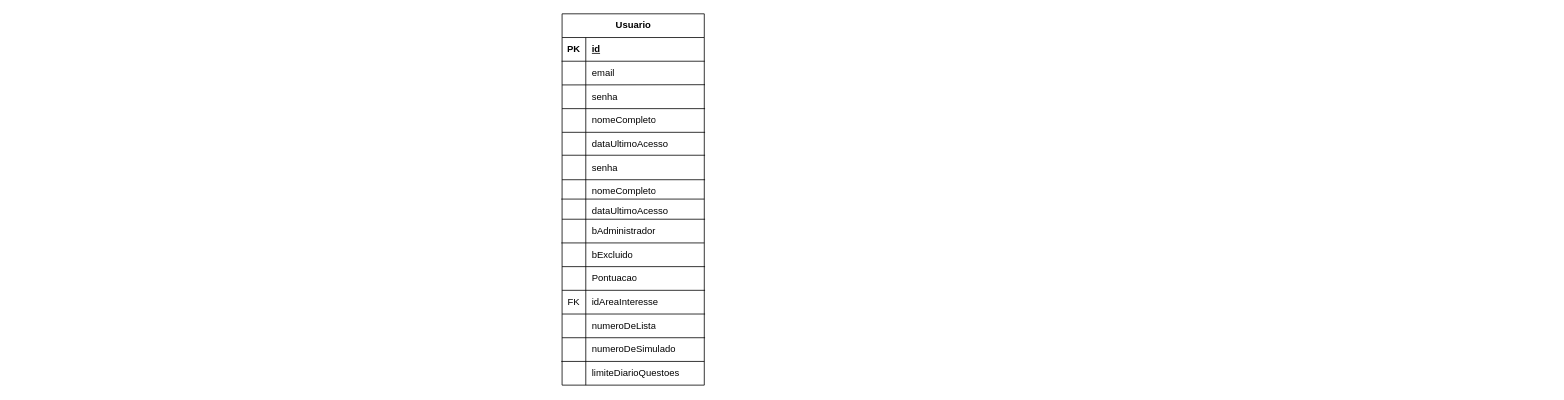
The draw.io diagram DIAGRAMA ER.drawio in augustorazani/QENEM-UML-Diagram, before the edit. Source tidied: cells renumbered, new cells numbered last; positions are measured from the earlier drawing's top-left corner, leaving out a move shared by most shapes. Both pictures are drawn from the tidied source at 79%, with x=0, y=0 at pixel (561, 13).
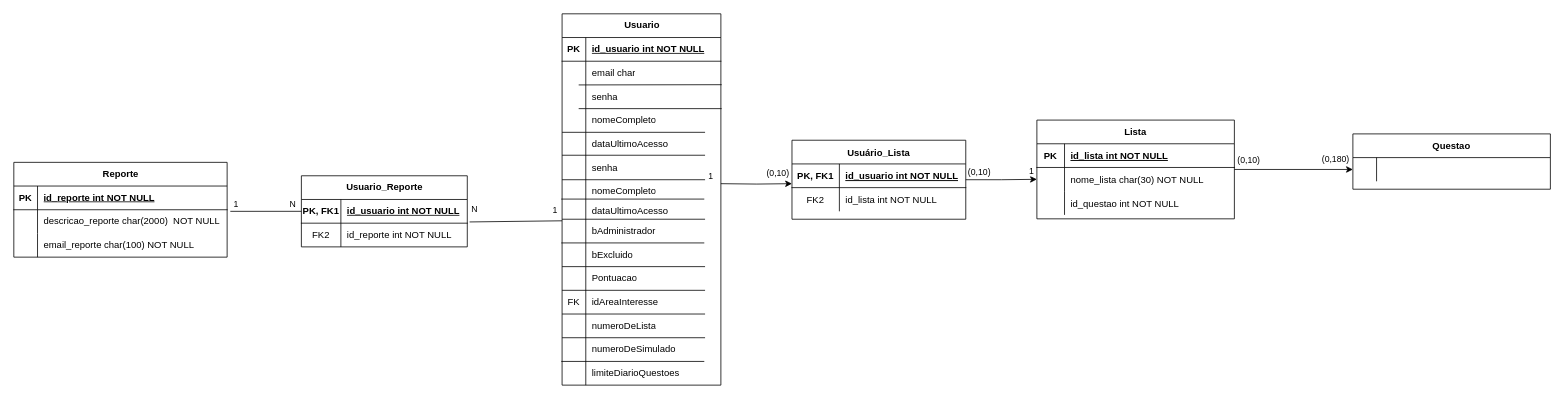
Above is the later version.

What changed in the source:
```diff
@@
     <mxCell id="2" value="Usuario" style="shape=table;startSize=30;childLayout=tableLayout;rowLines=0;fontStyle=1;align=center;html=1;" parent="1" vertex="1">
-      <mxGeometry x="1" width="180" height="470" as="geometry" />
+      <mxGeometry x="1" width="201" height="470" as="geometry" />
     </mxCell>
     <mxCell id="3" style="shape=tableRow;horizontal=0;startSize=0;swimlaneHead=0;swimlaneBody=0;fillColor=none;top=0;left=0;right=0;bottom=1;" parent="2" vertex="1">
-      <mxGeometry y="30" width="180" height="30" as="geometry" />
+      <mxGeometry y="30" width="201" height="30" as="geometry" />
     </mxCell>
@@
-    <mxCell id="5" value="id" style="shape=partialRectangle;fillColor=none;top=0;left=0;bottom=0;right=0;align=left;spacingLeft=6;fontStyle=5;overflow=hidden;whiteSpace=wrap;html=1;" parent="3" vertex="1">
-      <mxGeometry x="30" width="150" height="30" as="geometry" />
+    <mxCell id="5" value="id_usuario int NOT NULL" style="shape=partialRectangle;fillColor=none;top=0;left=0;bottom=0;right=0;align=left;spacingLeft=6;fontStyle=5;overflow=hidden;whiteSpace=wrap;html=1;" parent="3" vertex="1">
+      <mxGeometry x="30" width="171" height="30" as="geometry" />
     </mxCell>
     <mxCell id="6" style="shape=tableRow;horizontal=0;startSize=0;swimlaneHead=0;swimlaneBody=0;fillColor=none;top=0;left=0;right=0;bottom=0;" parent="2" vertex="1">
-      <mxGeometry y="60" width="180" height="30" as="geometry" />
+      <mxGeometry y="60" width="201" height="30" as="geometry" />
     </mxCell>
@@
-    <mxCell id="8" value="email" style="shape=partialRectangle;fillColor=none;top=0;left=0;bottom=0;right=0;align=left;spacingLeft=6;overflow=hidden;whiteSpace=wrap;html=1;" parent="6" vertex="1">
-      <mxGeometry x="30" width="150" height="30" as="geometry" />
+    <mxCell id="8" value="email char" style="shape=partialRectangle;fillColor=none;top=0;left=0;bottom=0;right=0;align=left;spacingLeft=6;overflow=hidden;whiteSpace=wrap;html=1;" parent="6" vertex="1">
+      <mxGeometry x="30" width="171" height="30" as="geometry" />
     </mxCell>
     <mxCell id="9" style="shape=tableRow;horizontal=0;startSize=0;swimlaneHead=0;swimlaneBody=0;fillColor=none;points=[[0,0.5],[1,0.5]];portConstraint=eastwest;top=0;left=0;right=0;bottom=0;" parent="2" vertex="1">
-      <mxGeometry y="90" width="180" height="30" as="geometry" />
+      <mxGeometry y="90" width="201" height="30" as="geometry" />
     </mxCell>
@@
     <mxCell id="11" value="senha" style="shape=partialRectangle;fillColor=none;top=0;left=0;bottom=0;right=0;align=left;spacingLeft=6;overflow=hidden;whiteSpace=wrap;html=1;" parent="9" vertex="1">
-      <mxGeometry x="30" width="150" height="30" as="geometry" />
+      <mxGeometry x="30" width="171" height="30" as="geometry" />
     </mxCell>
     <mxCell id="12" style="shape=tableRow;horizontal=0;startSize=0;swimlaneHead=0;swimlaneBody=0;fillColor=none;top=0;left=0;right=0;bottom=0;" parent="2" vertex="1">
-      <mxGeometry y="120" width="180" height="30" as="geometry" />
+      <mxGeometry y="120" width="201" height="30" as="geometry" />
     </mxCell>
@@
     <mxCell id="14" value="nomeCompleto" style="shape=partialRectangle;fillColor=none;top=0;left=0;bottom=0;right=0;align=left;spacingLeft=6;overflow=hidden;whiteSpace=wrap;html=1;" parent="12" vertex="1">
-      <mxGeometry x="30" width="150" height="30" as="geometry" />
+      <mxGeometry x="30" width="171" height="30" as="geometry" />
     </mxCell>
@@
     <mxCell id="34" style="endArrow=none;html=1;rounded=0;" parent="1" edge="1">
       <mxGeometry relative="1" as="geometry">
         <mxPoint x="31" y="150" as="sourcePoint" />
         <mxPoint x="31" y="470" as="targetPoint" />
+        <Array as="points">
+          <mxPoint x="31" y="320" />
+        </Array>
       </mxGeometry>
     </mxCell>
     <mxCell id="35" style="endArrow=none;html=1;rounded=0;entryX=1.005;entryY=-0.01;entryDx=0;entryDy=0;entryPerimeter=0;" parent="1" edge="1" target="9">
       <mxGeometry relative="1" as="geometry">
-        <mxPoint x="1" y="90" as="sourcePoint" />
+        <mxPoint x="22" y="90" as="sourcePoint" />
       </mxGeometry>
     </mxCell>
     <mxCell id="36" style="endArrow=none;html=1;rounded=0;entryX=1.005;entryY=-0.01;entryDx=0;entryDy=0;entryPerimeter=0;" parent="1" edge="1">
       <mxGeometry relative="1" as="geometry">
-        <mxPoint x="1" y="120" as="sourcePoint" />
-        <mxPoint x="182" y="120" as="targetPoint" />
+        <mxPoint x="22" y="120" as="sourcePoint" />
+        <mxPoint x="203" y="120" as="targetPoint" />
       </mxGeometry>
     </mxCell>
@@
+    <mxCell id="48" value="Questao" style="shape=table;startSize=30;childLayout=tableLayout;rowLines=0;fontStyle=1;align=center;" parent="1" vertex="1">
+      <mxGeometry x="1002" y="152" width="250" height="70" as="geometry" />
+    </mxCell>
+    <mxCell id="49" style="shape=partialRectangle;fillColor=none;points=[[0,0.5],[1,0.5]];portConstraint=eastwest;top=0;left=0;right=0;bottom=0;" parent="48" vertex="1">
+      <mxGeometry y="30" width="250" height="30" as="geometry" />
+    </mxCell>
+    <mxCell id="50" style="shape=partialRectangle;overflow=hidden;fillColor=none;top=0;left=0;bottom=0;right=0;" parent="49" vertex="1">
+      <mxGeometry width="30" height="30" as="geometry" />
+    </mxCell>
+    <mxCell id="51" style="shape=partialRectangle;overflow=hidden;fillColor=none;top=0;left=0;bottom=0;right=0;align=left;spacingLeft=6;" parent="49" vertex="1">
+      <mxGeometry x="30" width="220" height="30" as="geometry" />
+    </mxCell>
+    <mxCell id="52" style="edgeStyle=orthogonalEdgeStyle;rounded=0;jettySize=auto;html=1;entryX=0;entryY=0.5;entryDx=0;entryDy=0;" parent="1" edge="1" source="55" target="49">
+      <mxGeometry relative="1" as="geometry" />
+    </mxCell>
+    <mxCell id="53" value="(0,180)" style="edgeLabel;html=1;align=center;verticalAlign=middle;" parent="52" vertex="1">
+      <mxGeometry x="0.8" y="1" relative="1" as="geometry">
+        <mxPoint x="-8" y="-13" as="offset" />
+      </mxGeometry>
+    </mxCell>
+    <mxCell id="54" value="(0,10)" style="edgeLabel;html=1;align=center;verticalAlign=middle;" parent="52" vertex="1">
+      <mxGeometry x="-0.8" y="1" relative="1" as="geometry">
+        <mxPoint x="2" y="-12" as="offset" />
+      </mxGeometry>
+    </mxCell>
+    <mxCell id="55" value="Lista" style="shape=table;startSize=30;childLayout=tableLayout;rowLines=0;fontStyle=1;align=center;" parent="1" vertex="1">
+      <mxGeometry x="602" y="134.5" width="250" height="125" as="geometry" />
+    </mxCell>
+    <mxCell id="56" style="shape=partialRectangle;fillColor=none;top=0;left=0;right=0;bottom=1;" parent="55" vertex="1">
+      <mxGeometry y="30" width="250" height="30" as="geometry" />
+    </mxCell>
+    <mxCell id="57" value="PK" style="shape=partialRectangle;overflow=hidden;fillColor=none;top=0;left=0;bottom=0;right=0;fontStyle=1;" parent="56" vertex="1">
+      <mxGeometry width="35" height="30" as="geometry" />
+    </mxCell>
+    <mxCell id="58" value="id_lista int NOT NULL " style="shape=partialRectangle;overflow=hidden;fillColor=none;top=0;left=0;bottom=0;right=0;align=left;spacingLeft=6;fontStyle=5;" parent="56" vertex="1">
+      <mxGeometry x="35" width="215" height="30" as="geometry" />
+    </mxCell>
+    <mxCell id="59" style="shape=partialRectangle;fillColor=none;points=[[0,0.5],[1,0.5]];portConstraint=eastwest;top=0;left=0;right=0;bottom=0;" parent="55" vertex="1">
+      <mxGeometry y="60" width="250" height="30" as="geometry" />
+    </mxCell>
+    <mxCell id="60" style="shape=partialRectangle;overflow=hidden;fillColor=none;top=0;left=0;bottom=0;right=0;" parent="59" vertex="1">
+      <mxGeometry width="35" height="30" as="geometry" />
+    </mxCell>
+    <mxCell id="61" value="nome_lista char(30) NOT NULL" style="shape=partialRectangle;overflow=hidden;fillColor=none;top=0;left=0;bottom=0;right=0;align=left;spacingLeft=6;" parent="59" vertex="1">
+      <mxGeometry x="35" width="215" height="30" as="geometry" />
+    </mxCell>
+    <mxCell id="62" style="shape=partialRectangle;fillColor=none;top=0;left=0;right=0;bottom=0;" parent="55" vertex="1">
+      <mxGeometry y="90" width="250" height="30" as="geometry" />
+    </mxCell>
+    <mxCell id="63" style="shape=partialRectangle;overflow=hidden;fillColor=none;top=0;left=0;bottom=0;right=0;" parent="62" vertex="1">
+      <mxGeometry width="35" height="30" as="geometry" />
+    </mxCell>
+    <mxCell id="64" value="id_questao int NOT NULL" style="shape=partialRectangle;overflow=hidden;fillColor=none;top=0;left=0;bottom=0;right=0;align=left;spacingLeft=6;" parent="62" vertex="1">
+      <mxGeometry x="35" width="215" height="30" as="geometry" />
+    </mxCell>
+    <mxCell id="65" style="edgeStyle=orthogonalEdgeStyle;rounded=0;jettySize=auto;html=1;entryX=0;entryY=0.5;entryDx=0;entryDy=0;" parent="1" edge="1" source="66" target="59">
+      <mxGeometry relative="1" as="geometry" />
+    </mxCell>
+    <mxCell id="66" value="Usuário_Lista" style="shape=table;startSize=30;childLayout=tableLayout;rowLines=0;fontStyle=1;align=center;" parent="1" vertex="1">
+      <mxGeometry x="292" y="160" width="220" height="100" as="geometry" />
+    </mxCell>
+    <mxCell id="67" style="shape=partialRectangle;fillColor=none;points=[[0,0.5],[1,0.5]];portConstraint=eastwest;top=0;left=0;right=0;bottom=1;" parent="66" vertex="1">
+      <mxGeometry y="30" width="220" height="30" as="geometry" />
+    </mxCell>
+    <mxCell id="68" value="PK, FK1" style="shape=partialRectangle;overflow=hidden;fillColor=none;top=0;left=0;bottom=0;right=0;fontStyle=1;" parent="67" vertex="1">
+      <mxGeometry width="60" height="30" as="geometry" />
+    </mxCell>
+    <mxCell id="69" value="id_usuario int NOT NULL " style="shape=partialRectangle;overflow=hidden;fillColor=none;top=0;left=0;bottom=0;right=0;align=left;spacingLeft=6;fontStyle=5;" parent="67" vertex="1">
+      <mxGeometry x="60" width="160" height="30" as="geometry" />
+    </mxCell>
+    <mxCell id="70" style="shape=partialRectangle;fillColor=none;top=0;left=0;right=0;bottom=0;" parent="66" vertex="1">
+      <mxGeometry y="60" width="220" height="30" as="geometry" />
+    </mxCell>
+    <mxCell id="71" value="FK2" style="shape=partialRectangle;overflow=hidden;fillColor=none;top=0;left=0;bottom=0;right=0;" parent="70" vertex="1">
+      <mxGeometry width="60" height="30" as="geometry" />
+    </mxCell>
+    <mxCell id="72" value="id_lista int NOT NULL" style="shape=partialRectangle;overflow=hidden;fillColor=none;top=0;left=0;bottom=0;right=0;align=left;spacingLeft=6;" parent="70" vertex="1">
+      <mxGeometry x="60" width="160" height="30" as="geometry" />
+    </mxCell>
+    <mxCell id="73" style="edgeStyle=orthogonalEdgeStyle;rounded=0;jettySize=auto;html=1;entryX=0;entryY=0.833;entryDx=0;entryDy=0;entryPerimeter=0;" parent="1" edge="1" target="67">
+      <mxGeometry relative="1" as="geometry">
+        <mxPoint x="202" y="215" as="sourcePoint" />
+      </mxGeometry>
+    </mxCell>
+    <mxCell id="74" value="(0,10)" style="edgeLabel;html=1;align=center;verticalAlign=middle;" parent="73" vertex="1">
+      <mxGeometry x="0.6" y="1" relative="1" as="geometry">
+        <mxPoint y="-12" as="offset" />
+      </mxGeometry>
+    </mxCell>
+    <mxCell id="75" value="1" style="edgeLabel;html=1;align=center;verticalAlign=middle;" parent="73" vertex="1">
+      <mxGeometry x="-0.83" y="1" relative="1" as="geometry">
+        <mxPoint x="-22" y="-10" as="offset" />
+      </mxGeometry>
+    </mxCell>
+    <mxCell id="76" value="(0,10)" style="edgeLabel;html=1;align=center;verticalAlign=middle;" parent="1" vertex="1">
+      <mxGeometry x="523" y="199" as="geometry">
+        <mxPoint x="5" y="1" as="offset" />
+      </mxGeometry>
+    </mxCell>
+    <mxCell id="77" value="1" style="edgeLabel;html=1;align=center;verticalAlign=middle;" parent="1" vertex="1">
+      <mxGeometry x="594" y="198" as="geometry" />
+    </mxCell>
+    <mxCell id="78" value="Usuario_Reporte" style="shape=table;startSize=30;childLayout=tableLayout;rowLines=0;fontStyle=1;align=center;html=1;" parent="1" vertex="1">
+      <mxGeometry x="-329" y="205" width="210" height="90" as="geometry" />
+    </mxCell>
+    <mxCell id="79" style="shape=tableRow;horizontal=0;startSize=0;swimlaneHead=0;swimlaneBody=0;fillColor=none;points=[[0,0.5],[1,0.5]];portConstraint=eastwest;top=0;left=0;right=0;bottom=1;" parent="78" vertex="1">
+      <mxGeometry y="30" width="210" height="30" as="geometry" />
+    </mxCell>
+    <mxCell id="80" value="PK, FK1" style="shape=partialRectangle;fillColor=none;top=0;left=0;bottom=0;right=0;fontStyle=1;overflow=hidden;whiteSpace=wrap;html=1;" parent="79" vertex="1">
+      <mxGeometry width="50" height="30" as="geometry" />
+    </mxCell>
+    <mxCell id="81" value="id_usuario int NOT NULL" style="shape=partialRectangle;fillColor=none;top=0;left=0;bottom=0;right=0;align=left;spacingLeft=6;fontStyle=5;overflow=hidden;whiteSpace=wrap;html=1;" parent="79" vertex="1">
+      <mxGeometry x="50" width="160" height="30" as="geometry" />
+    </mxCell>
+    <mxCell id="82" style="shape=tableRow;horizontal=0;startSize=0;swimlaneHead=0;swimlaneBody=0;fillColor=none;top=0;left=0;right=0;bottom=0;" parent="78" vertex="1">
+      <mxGeometry y="60" width="210" height="30" as="geometry" />
+    </mxCell>
+    <mxCell id="83" value="FK2" style="shape=partialRectangle;fillColor=none;top=0;left=0;bottom=0;right=0;overflow=hidden;whiteSpace=wrap;html=1;" parent="82" vertex="1">
+      <mxGeometry width="50" height="30" as="geometry" />
+    </mxCell>
+    <mxCell id="84" value="id_reporte int NOT NULL" style="shape=partialRectangle;fillColor=none;top=0;left=0;bottom=0;right=0;align=left;spacingLeft=6;overflow=hidden;whiteSpace=wrap;html=1;" parent="82" vertex="1">
+      <mxGeometry x="50" width="160" height="30" as="geometry" />
+    </mxCell>
+    <mxCell id="85" value="Reporte" style="shape=table;startSize=30;childLayout=tableLayout;rowLines=0;fontStyle=1;align=center;html=1;" parent="1" vertex="1">
+      <mxGeometry x="-693" y="188" width="270" height="120" as="geometry" />
+    </mxCell>
+    <mxCell id="86" style="shape=tableRow;horizontal=0;startSize=0;swimlaneHead=0;swimlaneBody=0;fillColor=none;top=0;left=0;right=0;bottom=1;" parent="85" vertex="1">
+      <mxGeometry y="30" width="270" height="30" as="geometry" />
+    </mxCell>
+    <mxCell id="87" value="PK" style="shape=partialRectangle;fillColor=none;top=0;left=0;bottom=0;right=0;fontStyle=1;overflow=hidden;whiteSpace=wrap;html=1;" parent="86" vertex="1">
+      <mxGeometry width="30" height="30" as="geometry" />
+    </mxCell>
+    <mxCell id="88" value="id_reporte int NOT NULL" style="shape=partialRectangle;fillColor=none;top=0;left=0;bottom=0;right=0;align=left;spacingLeft=6;fontStyle=5;overflow=hidden;whiteSpace=wrap;html=1;" parent="86" vertex="1">
+      <mxGeometry x="30" width="240" height="30" as="geometry" />
+    </mxCell>
+    <mxCell id="89" style="shape=tableRow;horizontal=0;startSize=0;swimlaneHead=0;swimlaneBody=0;fillColor=none;points=[[0,0.5],[1,0.5]];portConstraint=eastwest;top=0;left=0;right=0;bottom=0;" parent="85" vertex="1">
+      <mxGeometry y="60" width="270" height="30" as="geometry" />
+    </mxCell>
+    <mxCell id="90" style="shape=partialRectangle;fillColor=none;top=0;left=0;bottom=0;right=0;overflow=hidden;whiteSpace=wrap;html=1;" parent="89" vertex="1">
+      <mxGeometry width="30" height="30" as="geometry" />
+    </mxCell>
+    <mxCell id="91" value="descricao_reporte char(2000)&amp;nbsp; NOT NULL" style="shape=partialRectangle;fillColor=none;top=0;left=0;bottom=0;right=0;align=left;spacingLeft=6;overflow=hidden;whiteSpace=wrap;html=1;" parent="89" vertex="1">
+      <mxGeometry x="30" width="240" height="30" as="geometry" />
+    </mxCell>
+    <mxCell id="92" style="shape=tableRow;horizontal=0;startSize=0;swimlaneHead=0;swimlaneBody=0;fillColor=none;top=0;left=0;right=0;bottom=0;" parent="85" vertex="1">
+      <mxGeometry y="90" width="270" height="30" as="geometry" />
+    </mxCell>
+    <mxCell id="93" style="shape=partialRectangle;fillColor=none;top=0;left=0;bottom=0;right=0;overflow=hidden;whiteSpace=wrap;html=1;" parent="92" vertex="1">
+      <mxGeometry width="30" height="30" as="geometry" />
+    </mxCell>
+    <mxCell id="94" value="email_reporte char(100) NOT NULL" style="shape=partialRectangle;fillColor=none;top=0;left=0;bottom=0;right=0;align=left;spacingLeft=6;overflow=hidden;whiteSpace=wrap;html=1;" parent="92" vertex="1">
+      <mxGeometry x="30" width="240" height="30" as="geometry" />
+    </mxCell>
+    <mxCell id="95" style="endArrow=none;html=1;rounded=0;entryX=0;entryY=0.5;entryDx=0;entryDy=0;exitX=1.015;exitY=0.067;exitDx=0;exitDy=0;exitPerimeter=0;" parent="1" edge="1" source="89" target="79">
+      <mxGeometry relative="1" as="geometry" />
+    </mxCell>
+    <mxCell id="96" value="1" style="edgeLabel;html=1;align=center;verticalAlign=middle;" parent="95" vertex="1">
+      <mxGeometry x="-0.78" y="2" relative="1" as="geometry">
+        <mxPoint x="-4" y="-8" as="offset" />
+      </mxGeometry>
+    </mxCell>
+    <mxCell id="97" style="endArrow=none;html=1;rounded=0;exitX=1.014;exitY=0.948;exitDx=0;exitDy=0;exitPerimeter=0;" parent="1" edge="1" source="79">
+      <mxGeometry relative="1" as="geometry">
+        <mxPoint x="1" y="262" as="targetPoint" />
+      </mxGeometry>
+    </mxCell>
+    <mxCell id="98" value="N" style="edgeLabel;html=1;align=center;verticalAlign=middle;" parent="1" vertex="1">
+      <mxGeometry x="-359" y="250" as="geometry">
+        <mxPoint x="18" y="-10" as="offset" />
+      </mxGeometry>
+    </mxCell>
+    <mxCell id="99" value="N" style="edgeLabel;html=1;align=center;verticalAlign=middle;" parent="1" vertex="1">
+      <mxGeometry x="-129" y="256" as="geometry">
+        <mxPoint x="18" y="-10" as="offset" />
+      </mxGeometry>
+    </mxCell>
+    <mxCell id="100" value="1" style="edgeLabel;html=1;align=center;verticalAlign=middle;" parent="1" vertex="1">
+      <mxGeometry x="-329" y="240" as="geometry">
+        <mxPoint x="320" y="7" as="offset" />
+      </mxGeometry>
+    </mxCell>
```
